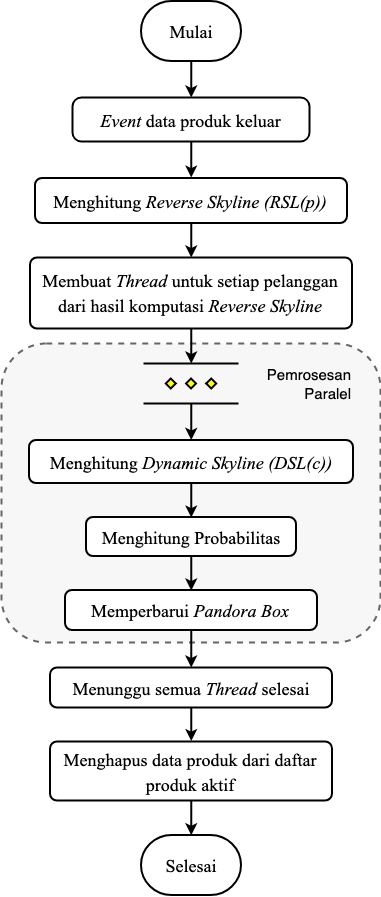
mocatfrio/thesis-code keeps this draw.io diagram as buku/assets/img/bab3/flowchart-po.png. Above is the earlier version. Source tidied: cells renumbered, new cells last; positions are measured from the earlier drawing's top-left corner, leaving out a move shared by most shapes.
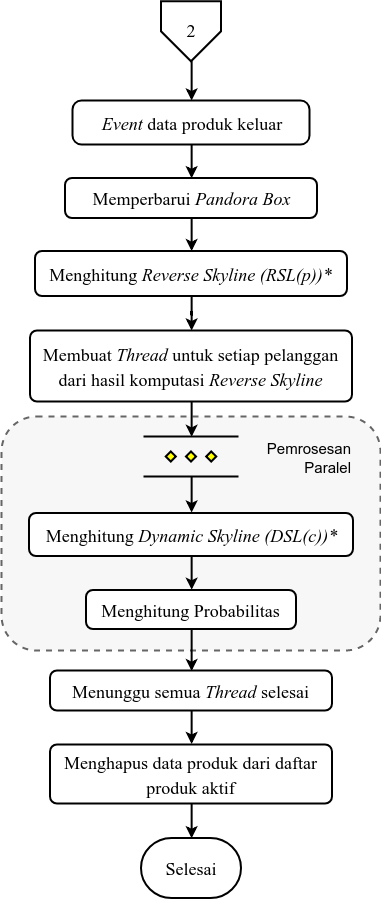
After the commit.

What changed in the source:
```diff
@@ -3,76 +3,85 @@
     <mxCell id="0" />
     <mxCell id="1" parent="0" />
     <mxCell id="2" style="group;" parent="1" vertex="1">
-      <mxGeometry y="-0.5" width="379" height="894" as="geometry" />
+      <mxGeometry y="-0.5" width="379" height="896.7" as="geometry" />
     </mxCell>
-    <mxCell id="3" style="rounded=1;whiteSpace=wrap;html=1;fontFamily=Times New Roman;fontSize=21;fillColor=#F7F7F7;dashed=1;strokeColor=#666666;fontColor=#333333;strokeWidth=2;" parent="2" vertex="1">
-      <mxGeometry y="342.5" width="379" height="299" as="geometry" />
+    <mxCell id="3" style="group;" parent="2" vertex="1">
+      <mxGeometry width="379" height="896.7" as="geometry" />
     </mxCell>
-    <mxCell id="4" value="&lt;font style=&quot;font-size: 18px&quot;&gt;Mulai&lt;/font&gt;&lt;br&gt;" style="strokeWidth=2;html=1;shape=mxgraph.flowchart.terminator;whiteSpace=wrap;fontFamily=Times New Roman;fontSize=31;verticalAlign=top;" parent="2" vertex="1">
-      <mxGeometry x="139.5" width="100" height="60" as="geometry" />
+    <mxCell id="4" style="rounded=1;whiteSpace=wrap;html=1;fontFamily=Times New Roman;fontSize=21;fillColor=#F7F7F7;dashed=1;strokeColor=#666666;fontColor=#333333;strokeWidth=2;" parent="3" vertex="1">
+      <mxGeometry y="415.2" width="379" height="234" as="geometry" />
     </mxCell>
-    <mxCell id="5" value="&lt;font style=&quot;font-size: 18px&quot;&gt;Menghitung &lt;i&gt;Reverse Skyline (RSL(p))&lt;/i&gt;&lt;/font&gt;&lt;br&gt;" style="rounded=1;whiteSpace=wrap;html=1;absoluteArcSize=1;arcSize=14;strokeWidth=2;fontFamily=Times New Roman;fontSize=21;" parent="2" vertex="1">
-      <mxGeometry x="33.5" y="177" width="312" height="45" as="geometry" />
+    <mxCell id="5" value="&lt;font style=&quot;font-size: 18px&quot;&gt;Menghitung &lt;i&gt;Reverse Skyline (RSL(p))*&lt;/i&gt;&lt;/font&gt;&lt;br&gt;" style="rounded=1;whiteSpace=wrap;html=1;absoluteArcSize=1;arcSize=14;strokeWidth=2;fontFamily=Times New Roman;fontSize=21;" parent="3" vertex="1">
+      <mxGeometry x="33.5" y="249.7" width="312" height="45" as="geometry" />
     </mxCell>
-    <mxCell id="6" value="&lt;span style=&quot;font-size: 18px&quot;&gt;Membuat &lt;i&gt;Thread &lt;/i&gt;untuk setiap pelanggan dari hasil komputasi&amp;nbsp;&lt;i&gt;Reverse Skyline&lt;/i&gt;&lt;/span&gt;" style="rounded=1;whiteSpace=wrap;html=1;absoluteArcSize=1;arcSize=14;strokeWidth=2;fontFamily=Times New Roman;fontSize=21;" parent="2" vertex="1">
-      <mxGeometry x="28.5" y="256.5" width="322" height="71" as="geometry" />
+    <mxCell id="6" value="&lt;span style=&quot;font-size: 18px&quot;&gt;Membuat &lt;i&gt;Thread &lt;/i&gt;untuk setiap pelanggan dari hasil komputasi&amp;nbsp;&lt;i&gt;Reverse Skyline&lt;/i&gt;&lt;/span&gt;" style="rounded=1;whiteSpace=wrap;html=1;absoluteArcSize=1;arcSize=14;strokeWidth=2;fontFamily=Times New Roman;fontSize=21;" parent="3" vertex="1">
+      <mxGeometry x="28.5" y="329.2" width="322" height="71" as="geometry" />
     </mxCell>
-    <mxCell id="7" style="edgeStyle=orthogonalEdgeStyle;rounded=0;jettySize=auto;html=1;strokeWidth=2;" parent="2" edge="1" source="5" target="6">
+    <mxCell id="7" style="edgeStyle=orthogonalEdgeStyle;rounded=0;jettySize=auto;html=1;strokeWidth=2;" parent="3" edge="1" source="5" target="6">
       <mxGeometry relative="1" as="geometry" />
     </mxCell>
-    <mxCell id="8" value="&lt;font style=&quot;font-size: 18px&quot;&gt;Selesai&lt;/font&gt;&lt;br&gt;" style="strokeWidth=2;html=1;shape=mxgraph.flowchart.terminator;whiteSpace=wrap;fontFamily=Times New Roman;fontSize=31;verticalAlign=top;" parent="2" vertex="1">
-      <mxGeometry x="139.5" y="834" width="100" height="60" as="geometry" />
+    <mxCell id="8" value="&lt;font style=&quot;font-size: 18px&quot;&gt;Selesai&lt;/font&gt;&lt;br&gt;" style="strokeWidth=2;html=1;shape=mxgraph.flowchart.terminator;whiteSpace=wrap;fontFamily=Times New Roman;fontSize=31;verticalAlign=top;" parent="3" vertex="1">
+      <mxGeometry x="139.5" y="836.7" width="100" height="60" as="geometry" />
     </mxCell>
-    <mxCell id="9" style="edgeStyle=orthogonalEdgeStyle;rounded=0;jettySize=auto;html=1;entryX=0.5;entryY=0;entryDx=0;entryDy=0;strokeWidth=2;fontSize=16;" parent="2" edge="1" source="10" target="5">
-      <mxGeometry relative="1" as="geometry" />
+    <mxCell id="9" value="&lt;span style=&quot;font-size: 18px&quot;&gt;&lt;i&gt;Event &lt;/i&gt;data produk keluar&lt;/span&gt;" style="rounded=1;whiteSpace=wrap;html=1;absoluteArcSize=1;arcSize=18;strokeWidth=2;fontFamily=Times New Roman;fontSize=21;" parent="3" vertex="1">
+      <mxGeometry x="71" y="99.2" width="237" height="44" as="geometry" />
     </mxCell>
-    <mxCell id="10" value="&lt;span style=&quot;font-size: 18px&quot;&gt;&lt;i&gt;Event &lt;/i&gt;data produk keluar&lt;/span&gt;" style="rounded=1;whiteSpace=wrap;html=1;absoluteArcSize=1;arcSize=18;strokeWidth=2;fontFamily=Times New Roman;fontSize=21;" parent="2" vertex="1">
-      <mxGeometry x="71" y="96.5" width="237" height="44" as="geometry" />
+    <mxCell id="10" style="edgeStyle=orthogonalEdgeStyle;rounded=0;jettySize=auto;html=1;strokeWidth=2;exitX=0.5;exitY=1;exitDx=0;exitDy=0;" parent="3" edge="1" source="27" target="9">
+      <mxGeometry relative="1" as="geometry" />
     </mxCell>
-    <mxCell id="11" style="edgeStyle=orthogonalEdgeStyle;rounded=0;jettySize=auto;html=1;strokeWidth=2;" parent="2" edge="1" source="4" target="10">
-      <mxGeometry relative="1" as="geometry" />
+    <mxCell id="11" style="verticalLabelPosition=bottom;verticalAlign=top;html=1;strokeWidth=2;shape=mxgraph.flowchart.parallel_mode;rounded=1;" parent="3" vertex="1">
+      <mxGeometry x="142" y="435.2" width="95" height="40" as="geometry" />
     </mxCell>
-    <mxCell id="12" style="verticalLabelPosition=bottom;verticalAlign=top;html=1;strokeWidth=2;shape=mxgraph.flowchart.parallel_mode;rounded=1;" parent="2" vertex="1">
-      <mxGeometry x="142" y="362.5" width="95" height="40" as="geometry" />
+    <mxCell id="12" style="edgeStyle=orthogonalEdgeStyle;rounded=0;jettySize=auto;html=1;entryX=0.5;entryY=0;entryDx=0;entryDy=0;entryPerimeter=0;strokeWidth=2;" parent="3" edge="1" source="6" target="11">
+      <mxGeometry relative="1" as="geometry" />
     </mxCell>
-    <mxCell id="13" style="edgeStyle=orthogonalEdgeStyle;rounded=0;jettySize=auto;html=1;entryX=0.5;entryY=0;entryDx=0;entryDy=0;entryPerimeter=0;strokeWidth=2;" parent="2" edge="1" source="6" target="12">
-      <mxGeometry relative="1" as="geometry" />
+    <mxCell id="13" value="&lt;span style=&quot;font-size: 18px&quot;&gt;Menghitung &lt;i&gt;Dynamic Skyline (DSL(c))*&lt;/i&gt;&lt;/span&gt;&lt;br&gt;" style="rounded=1;whiteSpace=wrap;html=1;absoluteArcSize=1;arcSize=14;strokeWidth=2;fontFamily=Times New Roman;fontSize=21;" parent="3" vertex="1">
+      <mxGeometry x="27.5" y="511.7" width="324" height="43" as="geometry" />
     </mxCell>
-    <mxCell id="14" value="&lt;span style=&quot;font-size: 18px&quot;&gt;Menghitung &lt;i&gt;Dynamic Skyline (DSL(c))&lt;/i&gt;&lt;/span&gt;&lt;br&gt;" style="rounded=1;whiteSpace=wrap;html=1;absoluteArcSize=1;arcSize=14;strokeWidth=2;fontFamily=Times New Roman;fontSize=21;" parent="2" vertex="1">
-      <mxGeometry x="27.5" y="439" width="324" height="43" as="geometry" />
+    <mxCell id="14" style="edgeStyle=orthogonalEdgeStyle;rounded=0;jettySize=auto;html=1;entryX=0.5;entryY=0;entryDx=0;entryDy=0;strokeWidth=2;" parent="3" edge="1" source="11" target="13">
+      <mxGeometry relative="1" as="geometry" />
     </mxCell>
-    <mxCell id="15" style="edgeStyle=orthogonalEdgeStyle;rounded=0;jettySize=auto;html=1;entryX=0.5;entryY=0;entryDx=0;entryDy=0;strokeWidth=2;" parent="2" edge="1" source="12" target="14">
-      <mxGeometry relative="1" as="geometry" />
+    <mxCell id="15" value="&lt;span style=&quot;font-size: 18px&quot;&gt;Menghitung&amp;nbsp;Probabilitas&lt;/span&gt;" style="rounded=1;whiteSpace=wrap;html=1;absoluteArcSize=1;arcSize=14;strokeWidth=2;fontFamily=Times New Roman;fontSize=21;" parent="3" vertex="1">
+      <mxGeometry x="84.5" y="588.7" width="210" height="39" as="geometry" />
     </mxCell>
-    <mxCell id="16" value="&lt;span style=&quot;font-size: 18px&quot;&gt;Menghitung&amp;nbsp;Probabilitas&lt;/span&gt;" style="rounded=1;whiteSpace=wrap;html=1;absoluteArcSize=1;arcSize=14;strokeWidth=2;fontFamily=Times New Roman;fontSize=21;" parent="2" vertex="1">
-      <mxGeometry x="84.5" y="516" width="210" height="39" as="geometry" />
+    <mxCell id="16" style="edgeStyle=orthogonalEdgeStyle;rounded=0;jettySize=auto;html=1;entryX=0.5;entryY=0;entryDx=0;entryDy=0;strokeWidth=2;" parent="3" edge="1" source="13" target="15">
+      <mxGeometry relative="1" as="geometry" />
     </mxCell>
-    <mxCell id="17" style="edgeStyle=orthogonalEdgeStyle;rounded=0;jettySize=auto;html=1;entryX=0.5;entryY=0;entryDx=0;entryDy=0;strokeWidth=2;" parent="2" edge="1" source="14" target="16">
+    <mxCell id="17" style="edgeStyle=orthogonalEdgeStyle;rounded=0;jettySize=auto;html=1;entryX=0.5;entryY=0;entryDx=0;entryDy=0;strokeWidth=2;" parent="3" edge="1" source="18" target="5">
       <mxGeometry relative="1" as="geometry" />
     </mxCell>
-    <mxCell id="18" value="&lt;span style=&quot;font-size: 18px&quot;&gt;Memperbarui&amp;nbsp;&lt;i&gt;Pandora Box&lt;/i&gt;&lt;/span&gt;&lt;br&gt;" style="rounded=1;whiteSpace=wrap;html=1;absoluteArcSize=1;arcSize=14;strokeWidth=2;fontFamily=Times New Roman;fontSize=21;" parent="2" vertex="1">
-      <mxGeometry x="63.5" y="589" width="252" height="40" as="geometry" />
+    <mxCell id="18" value="&lt;span style=&quot;font-size: 18px&quot;&gt;Memperbarui&amp;nbsp;&lt;i&gt;Pandora Box&lt;/i&gt;&lt;/span&gt;&lt;br&gt;" style="rounded=1;whiteSpace=wrap;html=1;absoluteArcSize=1;arcSize=14;strokeWidth=2;fontFamily=Times New Roman;fontSize=21;" parent="3" vertex="1">
+      <mxGeometry x="63.5" y="176.7" width="252" height="40" as="geometry" />
     </mxCell>
-    <mxCell id="19" style="edgeStyle=orthogonalEdgeStyle;rounded=0;jettySize=auto;html=1;entryX=0.5;entryY=0;entryDx=0;entryDy=0;strokeWidth=2;" parent="2" edge="1" source="16" target="18">
+    <mxCell id="19" style="edgeStyle=orthogonalEdgeStyle;rounded=0;jettySize=auto;html=1;entryX=0.5;entryY=0;entryDx=0;entryDy=0;strokeWidth=2;" parent="3" edge="1" source="9" target="18">
       <mxGeometry relative="1" as="geometry" />
     </mxCell>
-    <mxCell id="20" value="&lt;span style=&quot;font-size: 18px&quot;&gt;Menunggu semua &lt;i&gt;Thread&lt;/i&gt; selesai&lt;/span&gt;&lt;br&gt;" style="rounded=1;whiteSpace=wrap;html=1;absoluteArcSize=1;arcSize=14;strokeWidth=2;fontFamily=Times New Roman;fontSize=21;" parent="2" vertex="1">
-      <mxGeometry x="48.5" y="666.5" width="282" height="40" as="geometry" />
+    <mxCell id="20" value="&lt;span style=&quot;font-size: 18px&quot;&gt;Menunggu semua &lt;i&gt;Thread&lt;/i&gt; selesai&lt;/span&gt;&lt;br&gt;" style="rounded=1;whiteSpace=wrap;html=1;absoluteArcSize=1;arcSize=14;strokeWidth=2;fontFamily=Times New Roman;fontSize=21;" parent="3" vertex="1">
+      <mxGeometry x="48.5" y="669.2" width="282" height="40" as="geometry" />
     </mxCell>
-    <mxCell id="21" style="edgeStyle=orthogonalEdgeStyle;rounded=0;jettySize=auto;html=1;strokeWidth=2;" parent="2" edge="1" source="18" target="20">
-      <mxGeometry relative="1" as="geometry" />
+    <mxCell id="21" value="&lt;font style=&quot;font-size: 15px&quot;&gt;Pemrosesan Paralel&lt;/font&gt;&lt;br style=&quot;font-size: 16px&quot;&gt;" style="text;html=1;strokeColor=none;fillColor=none;align=right;verticalAlign=middle;whiteSpace=wrap;rounded=0;fontSize=16;" parent="3" vertex="1">
+      <mxGeometry x="241.5" y="432.7" width="110" height="47" as="geometry" />
     </mxCell>
-    <mxCell id="22" value="&lt;font style=&quot;font-size: 15px&quot;&gt;Pemrosesan Paralel&lt;/font&gt;&lt;br style=&quot;font-size: 16px&quot;&gt;" style="text;html=1;strokeColor=none;fillColor=none;align=right;verticalAlign=middle;whiteSpace=wrap;rounded=0;fontSize=16;" parent="2" vertex="1">
-      <mxGeometry x="241.5" y="360" width="110" height="47" as="geometry" />
+    <mxCell id="22" style="edgeStyle=orthogonalEdgeStyle;rounded=0;jettySize=auto;html=1;entryX=0.5;entryY=0;entryDx=0;entryDy=0;entryPerimeter=0;strokeWidth=2;fontSize=16;" parent="3" edge="1" source="23" target="8">
+      <mxGeometry relative="1" as="geometry" />
     </mxCell>
-    <mxCell id="23" style="edgeStyle=orthogonalEdgeStyle;rounded=0;jettySize=auto;html=1;entryX=0.5;entryY=0;entryDx=0;entryDy=0;entryPerimeter=0;strokeWidth=2;fontSize=16;" parent="2" edge="1" source="24" target="8">
-      <mxGeometry relative="1" as="geometry" />
+    <mxCell id="23" value="&lt;span&gt;&lt;font style=&quot;font-size: 18px&quot;&gt;Menghapus data produk dari daftar produk aktif&lt;/font&gt;&lt;/span&gt;&lt;br&gt;" style="rounded=1;whiteSpace=wrap;html=1;absoluteArcSize=1;arcSize=14;strokeWidth=2;fontFamily=Times New Roman;fontSize=21;" parent="3" vertex="1">
+      <mxGeometry x="48.5" y="743.2" width="282" height="59" as="geometry" />
     </mxCell>
-    <mxCell id="24" value="&lt;span&gt;&lt;font style=&quot;font-size: 18px&quot;&gt;Menghapus data produk dari daftar produk aktif&lt;/font&gt;&lt;/span&gt;&lt;br&gt;" style="rounded=1;whiteSpace=wrap;html=1;absoluteArcSize=1;arcSize=14;strokeWidth=2;fontFamily=Times New Roman;fontSize=21;" parent="2" vertex="1">
-      <mxGeometry x="48.5" y="740.5" width="282" height="59" as="geometry" />
+    <mxCell id="24" style="edgeStyle=orthogonalEdgeStyle;rounded=0;jettySize=auto;html=1;entryX=0.5;entryY=0;entryDx=0;entryDy=0;strokeWidth=2;fontSize=16;" parent="3" edge="1" source="20" target="23">
+      <mxGeometry relative="1" as="geometry" />
     </mxCell>
-    <mxCell id="25" style="edgeStyle=orthogonalEdgeStyle;rounded=0;jettySize=auto;html=1;entryX=0.5;entryY=0;entryDx=0;entryDy=0;strokeWidth=2;fontSize=16;" parent="2" edge="1" source="20" target="24">
+    <mxCell id="25" style="edgeStyle=orthogonalEdgeStyle;rounded=0;jettySize=auto;html=1;entryX=0.5;entryY=0;entryDx=0;entryDy=0;strokeWidth=2;" parent="3" edge="1" source="15" target="20">
       <mxGeometry relative="1" as="geometry" />
     </mxCell>
+    <mxCell id="26" style="group;" parent="3" vertex="1">
+      <mxGeometry x="158.8" width="61.5" height="60" as="geometry" />
+    </mxCell>
+    <mxCell id="27" style="verticalLabelPosition=bottom;verticalAlign=top;html=1;strokeWidth=2;shape=offPageConnector;rounded=0;size=0.5;fillColor=#ffffff;" parent="26" vertex="1">
+      <mxGeometry x="0.7" width="60" height="60" as="geometry" />
+    </mxCell>
+    <mxCell id="28" value="&lt;font face=&quot;Times New Roman&quot;&gt;&lt;span style=&quot;font-size: 18px&quot;&gt;2&lt;/span&gt;&lt;/font&gt;" style="text;html=1;strokeColor=none;fillColor=none;align=center;verticalAlign=middle;whiteSpace=wrap;rounded=0;" parent="26" vertex="1">
+      <mxGeometry x="10.7" y="20" width="40" height="20" as="geometry" />
+    </mxCell>
   </root>
 </mxGraphModel>
```
